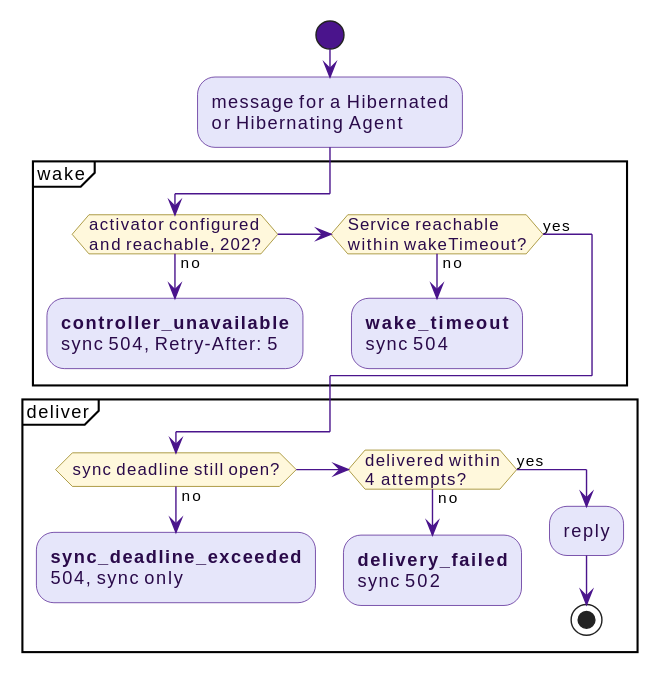
Earlier version of the PlantUML export docs/src/diagrams/wake-failures.svg (win07xp/kaalm).
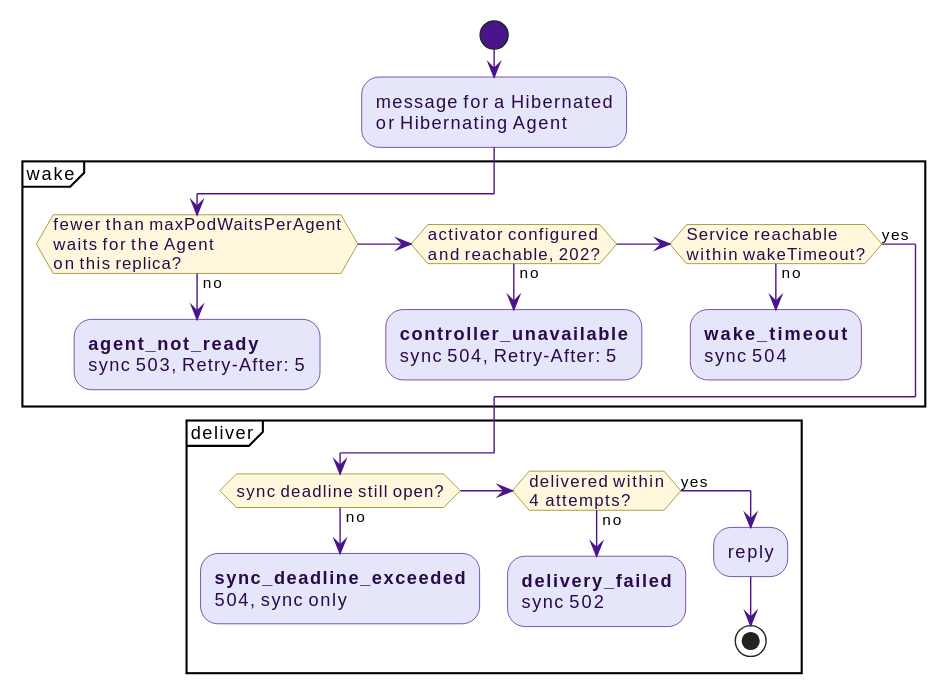
The same diagram one commit later.

Diff of the diagram source:
```diff
@@ -5,7 +5,10 @@
 :message for a Hibernated\nor Hibernating Agent;
 
 partition "wake" {
-  if (activator configured\nand reachable, 202?) then (no)
+  if (fewer than maxPodWaitsPerAgent\nwaits for the Agent\non this replica?) then (no)
+    :**agent_not_ready**\nsync 503, Retry-After: 5;
+    kill
+  elseif (activator configured\nand reachable, 202?) then (no)
     :**controller_unavailable**\nsync 504, Retry-After: 5;
     kill
   elseif (Service reachable\nwithin wakeTimeout?) then (no)
```
